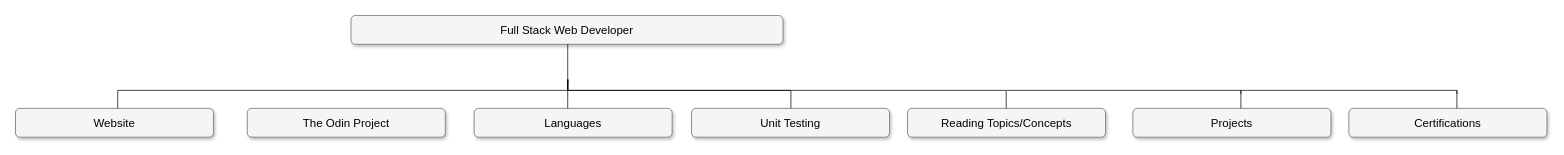
This is Untitled Diagram.drawio from ahsanriazahmad/Diagrams, a draw.io file, before an edit. Source tidied: cells renumbered, new cells numbered last; positions are measured from the earlier drawing's top-left corner, leaving out a move shared by most shapes. Both pictures are drawn from the tidied source at 72%, with x=0, y=0 at pixel (15, 15).
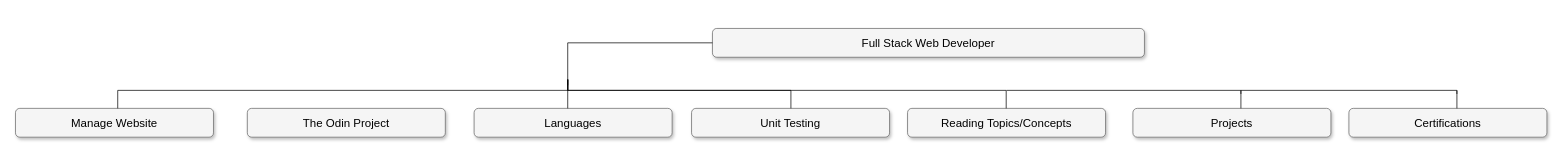
After the change.

Diff of the diagram source:
```diff
@@
     <mxCell id="2" value="Full Stack Web Developer" style="whiteSpace=wrap;html=1;rounded=1;shadow=1;strokeWidth=1;fontSize=16;align=center;fillColor=#f5f5f5;strokeColor=#666666;" parent="1" vertex="1">
-      <mxGeometry x="466" width="600" height="40" as="geometry" />
+      <mxGeometry x="968" y="18" width="600" height="40" as="geometry" />
     </mxCell>
@@
-    <mxCell id="5" value="Website" style="whiteSpace=wrap;html=1;rounded=1;shadow=1;strokeWidth=1;fontSize=16;align=center;fillColor=#f5f5f5;strokeColor=#666666;" parent="1" vertex="1">
+    <mxCell id="5" value="Manage Website" style="whiteSpace=wrap;html=1;rounded=1;shadow=1;strokeWidth=1;fontSize=16;align=center;fillColor=#f5f5f5;strokeColor=#666666;" parent="1" vertex="1">
       <mxGeometry y="129" width="275" height="40" as="geometry" />
     </mxCell>
@@
     <mxCell id="8" style="edgeStyle=orthogonalEdgeStyle;html=1;startSize=6;endFill=0;endSize=6;strokeWidth=1;fontSize=16;rounded=0;endArrow=none;" parent="1" edge="1" source="2">
       <mxGeometry relative="1" as="geometry">
         <mxPoint x="767" y="97" as="targetPoint" />
         <Array as="points">
-          <mxPoint x="767" y="52" />
-          <mxPoint x="767" y="52" />
+          <mxPoint x="767" y="38" />
         </Array>
       </mxGeometry>
     </mxCell>
```
